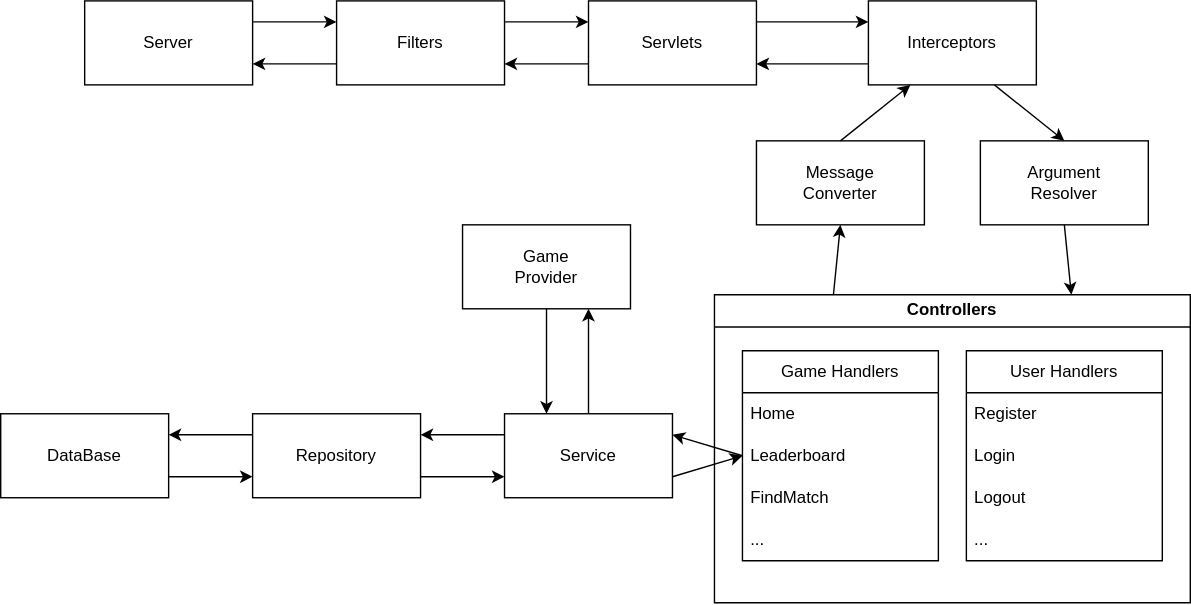
The draw.io diagram docs/SpringPath.drawio.svg in i-on-project/turn-games-fw, before a commit. Source tidied: cells renumbered, new cells last; positions are measured from the earlier drawing's top-left corner, leaving out a move shared by most shapes. Its diagram source:
```xml
<mxGraphModel>
  <root>
    <mxCell id="0" />
    <mxCell id="1" parent="0" />
    <mxCell id="2" value="Server" style="rounded=0;whiteSpace=wrap;html=1;" parent="1" vertex="1">
      <mxGeometry x="60" width="120" height="60" as="geometry" />
    </mxCell>
    <mxCell id="3" style="endArrow=classic;html=1;rounded=0;exitX=1;exitY=0.25;exitDx=0;exitDy=0;entryX=0;entryY=0.25;entryDx=0;entryDy=0;" parent="1" edge="1" source="2" target="4">
      <mxGeometry relative="1" as="geometry" />
    </mxCell>
    <mxCell id="4" value="Filters" style="rounded=0;whiteSpace=wrap;html=1;" parent="1" vertex="1">
      <mxGeometry x="240" width="120" height="60" as="geometry" />
    </mxCell>
    <mxCell id="5" value="Servlets" style="rounded=0;whiteSpace=wrap;html=1;" parent="1" vertex="1">
      <mxGeometry x="420" width="120" height="60" as="geometry" />
    </mxCell>
    <mxCell id="6" value="Interceptors" style="rounded=0;whiteSpace=wrap;html=1;" parent="1" vertex="1">
      <mxGeometry x="620" width="120" height="60" as="geometry" />
    </mxCell>
    <mxCell id="7" value="Argument&lt;br&gt;Resolver" style="rounded=0;whiteSpace=wrap;html=1;" parent="1" vertex="1">
      <mxGeometry x="700" y="100" width="120" height="60" as="geometry" />
    </mxCell>
    <mxCell id="8" value="Message&lt;br&gt;Converter" style="rounded=0;whiteSpace=wrap;html=1;" parent="1" vertex="1">
      <mxGeometry x="540" y="100" width="120" height="60" as="geometry" />
    </mxCell>
    <mxCell id="9" value="Controllers" style="swimlane;whiteSpace=wrap;html=1;" parent="1" vertex="1">
      <mxGeometry x="510" y="210" width="340" height="220" as="geometry" />
    </mxCell>
    <mxCell id="10" value="User Handlers" style="swimlane;fontStyle=0;horizontal=1;startSize=30;whiteSpace=wrap;html=1;" parent="9" vertex="1">
      <mxGeometry x="180" y="40" width="140" height="150" as="geometry" />
    </mxCell>
    <mxCell id="11" value="Register" style="text;strokeColor=none;fillColor=none;align=left;verticalAlign=middle;spacingLeft=4;spacingRight=4;overflow=hidden;whiteSpace=wrap;html=1;" parent="10" vertex="1">
      <mxGeometry y="30" width="140" height="30" as="geometry" />
    </mxCell>
    <mxCell id="12" value="Login" style="text;strokeColor=none;fillColor=none;align=left;verticalAlign=middle;spacingLeft=4;spacingRight=4;overflow=hidden;whiteSpace=wrap;html=1;" parent="10" vertex="1">
      <mxGeometry y="60" width="140" height="30" as="geometry" />
    </mxCell>
    <mxCell id="13" value="Logout" style="text;strokeColor=none;fillColor=none;align=left;verticalAlign=middle;spacingLeft=4;spacingRight=4;overflow=hidden;whiteSpace=wrap;html=1;" parent="10" vertex="1">
      <mxGeometry y="90" width="140" height="30" as="geometry" />
    </mxCell>
    <mxCell id="14" value="..." style="text;strokeColor=none;fillColor=none;align=left;verticalAlign=middle;spacingLeft=4;spacingRight=4;overflow=hidden;whiteSpace=wrap;html=1;" parent="10" vertex="1">
      <mxGeometry y="120" width="140" height="30" as="geometry" />
    </mxCell>
    <mxCell id="15" value="Game Handlers" style="swimlane;fontStyle=0;horizontal=1;startSize=30;whiteSpace=wrap;html=1;" parent="9" vertex="1">
      <mxGeometry x="20" y="40" width="140" height="150" as="geometry" />
    </mxCell>
    <mxCell id="16" value="Home" style="text;strokeColor=none;fillColor=none;align=left;verticalAlign=middle;spacingLeft=4;spacingRight=4;overflow=hidden;whiteSpace=wrap;html=1;" parent="15" vertex="1">
      <mxGeometry y="30" width="140" height="30" as="geometry" />
    </mxCell>
    <mxCell id="17" value="Leaderboard" style="text;strokeColor=none;fillColor=none;align=left;verticalAlign=middle;spacingLeft=4;spacingRight=4;overflow=hidden;points=[[0,0.5],[1,0.5]];portConstraint=eastwest;whiteSpace=wrap;html=1;" parent="15" vertex="1">
      <mxGeometry y="60" width="140" height="30" as="geometry" />
    </mxCell>
    <mxCell id="18" value="FindMatch" style="text;strokeColor=none;fillColor=none;align=left;verticalAlign=middle;spacingLeft=4;spacingRight=4;overflow=hidden;whiteSpace=wrap;html=1;" parent="15" vertex="1">
      <mxGeometry y="90" width="140" height="30" as="geometry" />
    </mxCell>
    <mxCell id="19" value="..." style="text;strokeColor=none;fillColor=none;align=left;verticalAlign=middle;spacingLeft=4;spacingRight=4;overflow=hidden;whiteSpace=wrap;html=1;" parent="15" vertex="1">
      <mxGeometry y="120" width="140" height="30" as="geometry" />
    </mxCell>
    <mxCell id="20" style="endArrow=classic;html=1;rounded=0;exitX=1;exitY=0.25;exitDx=0;exitDy=0;entryX=0;entryY=0.25;entryDx=0;entryDy=0;" parent="1" edge="1" source="4" target="5">
      <mxGeometry relative="1" as="geometry" />
    </mxCell>
    <mxCell id="21" style="endArrow=classic;html=1;rounded=0;entryX=1;entryY=0.75;entryDx=0;entryDy=0;exitX=0;exitY=0.75;exitDx=0;exitDy=0;" parent="1" edge="1" source="4" target="2">
      <mxGeometry relative="1" as="geometry" />
    </mxCell>
    <mxCell id="22" style="endArrow=classic;html=1;rounded=0;entryX=1;entryY=0.75;entryDx=0;entryDy=0;exitX=0;exitY=0.75;exitDx=0;exitDy=0;" parent="1" edge="1" source="5" target="4">
      <mxGeometry relative="1" as="geometry" />
    </mxCell>
    <mxCell id="23" style="endArrow=classic;html=1;rounded=0;exitX=1;exitY=0.25;exitDx=0;exitDy=0;entryX=0;entryY=0.25;entryDx=0;entryDy=0;" parent="1" edge="1" source="5" target="6">
      <mxGeometry relative="1" as="geometry" />
    </mxCell>
    <mxCell id="24" style="endArrow=classic;html=1;rounded=0;exitX=0;exitY=0.75;exitDx=0;exitDy=0;entryX=1;entryY=0.75;entryDx=0;entryDy=0;" parent="1" edge="1" source="6" target="5">
      <mxGeometry relative="1" as="geometry" />
    </mxCell>
    <mxCell id="25" style="endArrow=classic;html=1;rounded=0;exitX=0.75;exitY=1;exitDx=0;exitDy=0;entryX=0.5;entryY=0;entryDx=0;entryDy=0;" parent="1" edge="1" source="6" target="7">
      <mxGeometry relative="1" as="geometry" />
    </mxCell>
    <mxCell id="26" style="endArrow=classic;html=1;rounded=0;exitX=0.5;exitY=0;exitDx=0;exitDy=0;entryX=0.25;entryY=1;entryDx=0;entryDy=0;" parent="1" edge="1" source="8" target="6">
      <mxGeometry relative="1" as="geometry" />
    </mxCell>
    <mxCell id="27" style="endArrow=classic;html=1;rounded=0;exitX=0.25;exitY=0;exitDx=0;exitDy=0;entryX=0.5;entryY=1;entryDx=0;entryDy=0;" parent="1" edge="1" source="9" target="8">
      <mxGeometry relative="1" as="geometry" />
    </mxCell>
    <mxCell id="28" style="endArrow=classic;html=1;rounded=0;exitX=0.5;exitY=1;exitDx=0;exitDy=0;entryX=0.75;entryY=0;entryDx=0;entryDy=0;" parent="1" edge="1" source="7" target="9">
      <mxGeometry relative="1" as="geometry" />
    </mxCell>
    <mxCell id="29" style="endArrow=classic;html=1;rounded=0;exitX=0;exitY=0.5;exitDx=0;exitDy=0;entryX=1;entryY=0.25;entryDx=0;entryDy=0;" parent="1" edge="1" source="17" target="30">
      <mxGeometry relative="1" as="geometry" />
    </mxCell>
    <mxCell id="30" value="Service" style="rounded=0;whiteSpace=wrap;html=1;" parent="1" vertex="1">
      <mxGeometry x="360" y="295" width="120" height="60" as="geometry" />
    </mxCell>
    <mxCell id="31" value="Repository" style="rounded=0;whiteSpace=wrap;html=1;" parent="1" vertex="1">
      <mxGeometry x="180" y="295" width="120" height="60" as="geometry" />
    </mxCell>
    <mxCell id="32" value="DataBase" style="rounded=0;whiteSpace=wrap;html=1;" parent="1" vertex="1">
      <mxGeometry y="295" width="120" height="60" as="geometry" />
    </mxCell>
    <mxCell id="33" style="endArrow=classic;html=1;rounded=0;exitX=1;exitY=0.75;exitDx=0;exitDy=0;entryX=0;entryY=0.5;entryDx=0;entryDy=0;" parent="1" edge="1" source="30" target="17">
      <mxGeometry relative="1" as="geometry" />
    </mxCell>
    <mxCell id="34" style="endArrow=classic;html=1;rounded=0;exitX=0;exitY=0.25;exitDx=0;exitDy=0;entryX=1;entryY=0.25;entryDx=0;entryDy=0;" parent="1" edge="1" source="30" target="31">
      <mxGeometry relative="1" as="geometry" />
    </mxCell>
    <mxCell id="35" style="endArrow=classic;html=1;rounded=0;exitX=0;exitY=0.25;exitDx=0;exitDy=0;entryX=1;entryY=0.25;entryDx=0;entryDy=0;" parent="1" edge="1" source="31" target="32">
      <mxGeometry relative="1" as="geometry" />
    </mxCell>
    <mxCell id="36" style="endArrow=classic;html=1;rounded=0;exitX=1;exitY=0.75;exitDx=0;exitDy=0;entryX=0;entryY=0.75;entryDx=0;entryDy=0;" parent="1" edge="1" source="32" target="31">
      <mxGeometry relative="1" as="geometry" />
    </mxCell>
    <mxCell id="37" style="endArrow=classic;html=1;rounded=0;exitX=1;exitY=0.75;exitDx=0;exitDy=0;entryX=0;entryY=0.75;entryDx=0;entryDy=0;" parent="1" edge="1" source="31" target="30">
      <mxGeometry relative="1" as="geometry" />
    </mxCell>
    <mxCell id="38" style="endArrow=classic;html=1;rounded=0;exitX=0.5;exitY=0;exitDx=0;exitDy=0;entryX=0.75;entryY=1;entryDx=0;entryDy=0;" parent="1" edge="1" source="30" target="39">
      <mxGeometry relative="1" as="geometry" />
    </mxCell>
    <mxCell id="39" value="Game&lt;br&gt;Provider" style="rounded=0;whiteSpace=wrap;html=1;" parent="1" vertex="1">
      <mxGeometry x="330" y="160" width="120" height="60" as="geometry" />
    </mxCell>
    <mxCell id="40" style="endArrow=classic;html=1;rounded=0;exitX=0.5;exitY=1;exitDx=0;exitDy=0;entryX=0.25;entryY=0;entryDx=0;entryDy=0;" parent="1" edge="1" source="39" target="30">
      <mxGeometry relative="1" as="geometry" />
    </mxCell>
  </root>
</mxGraphModel>
```
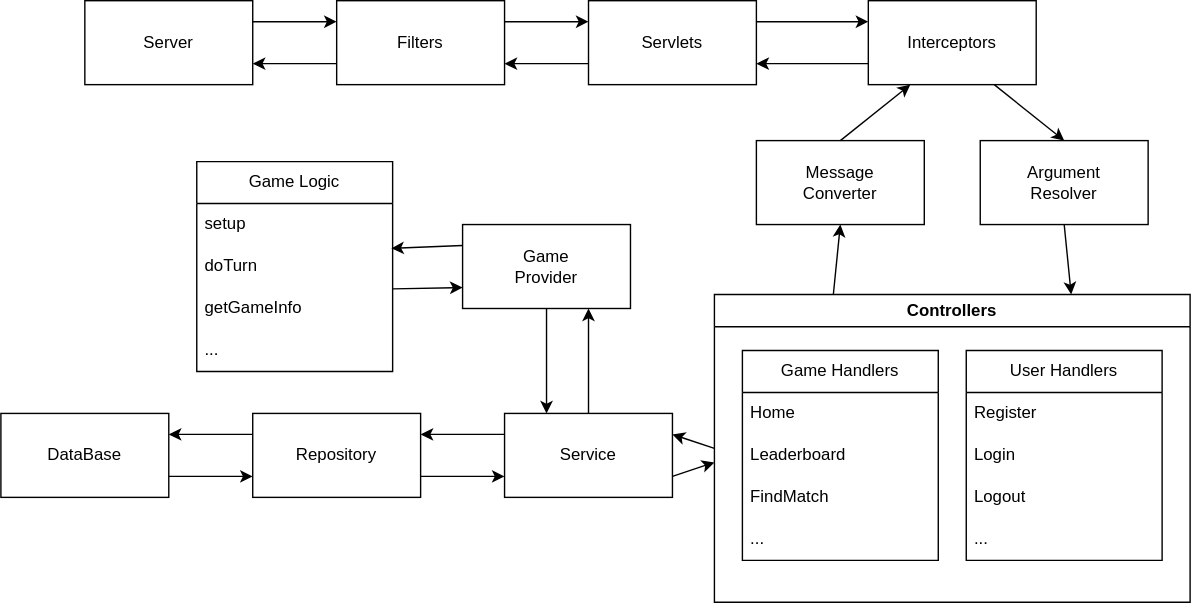
The same file after the commit.

What changed in the source:
```diff
@@ -83,8 +83,10 @@
     <mxCell id="28" style="endArrow=classic;html=1;rounded=0;exitX=0.5;exitY=1;exitDx=0;exitDy=0;entryX=0.75;entryY=0;entryDx=0;entryDy=0;" parent="1" edge="1" source="7" target="9">
       <mxGeometry relative="1" as="geometry" />
     </mxCell>
-    <mxCell id="29" style="endArrow=classic;html=1;rounded=0;exitX=0;exitY=0.5;exitDx=0;exitDy=0;entryX=1;entryY=0.25;entryDx=0;entryDy=0;" parent="1" edge="1" source="17" target="30">
-      <mxGeometry relative="1" as="geometry" />
+    <mxCell id="29" style="endArrow=classic;html=1;rounded=0;entryX=1;entryY=0.25;entryDx=0;entryDy=0;" parent="1" edge="1" target="30">
+      <mxGeometry relative="1" as="geometry">
+        <mxPoint x="510" y="320" as="sourcePoint" />
+      </mxGeometry>
     </mxCell>
     <mxCell id="30" value="Service" style="rounded=0;whiteSpace=wrap;html=1;" parent="1" vertex="1">
       <mxGeometry x="360" y="295" width="120" height="60" as="geometry" />
@@ -95,8 +97,10 @@
     <mxCell id="32" value="DataBase" style="rounded=0;whiteSpace=wrap;html=1;" parent="1" vertex="1">
       <mxGeometry y="295" width="120" height="60" as="geometry" />
     </mxCell>
-    <mxCell id="33" style="endArrow=classic;html=1;rounded=0;exitX=1;exitY=0.75;exitDx=0;exitDy=0;entryX=0;entryY=0.5;entryDx=0;entryDy=0;" parent="1" edge="1" source="30" target="17">
-      <mxGeometry relative="1" as="geometry" />
+    <mxCell id="33" style="endArrow=classic;html=1;rounded=0;exitX=1;exitY=0.75;exitDx=0;exitDy=0;" parent="1" edge="1" source="30">
+      <mxGeometry relative="1" as="geometry">
+        <mxPoint x="510" y="330" as="targetPoint" />
+      </mxGeometry>
     </mxCell>
     <mxCell id="34" style="endArrow=classic;html=1;rounded=0;exitX=0;exitY=0.25;exitDx=0;exitDy=0;entryX=1;entryY=0.25;entryDx=0;entryDy=0;" parent="1" edge="1" source="30" target="31">
       <mxGeometry relative="1" as="geometry" />
@@ -119,5 +123,26 @@
     <mxCell id="40" style="endArrow=classic;html=1;rounded=0;exitX=0.5;exitY=1;exitDx=0;exitDy=0;entryX=0.25;entryY=0;entryDx=0;entryDy=0;" parent="1" edge="1" source="39" target="30">
       <mxGeometry relative="1" as="geometry" />
     </mxCell>
+    <mxCell id="41" style="endArrow=classic;html=1;rounded=0;exitX=0;exitY=0.25;exitDx=0;exitDy=0;entryX=0.993;entryY=0.067;entryDx=0;entryDy=0;entryPerimeter=0;" parent="1" edge="1" source="39" target="45">
+      <mxGeometry relative="1" as="geometry" />
+    </mxCell>
+    <mxCell id="42" style="endArrow=classic;html=1;rounded=0;exitX=1;exitY=0.033;exitDx=0;exitDy=0;entryX=0;entryY=0.75;entryDx=0;entryDy=0;exitPerimeter=0;" parent="1" edge="1" source="46" target="39">
+      <mxGeometry relative="1" as="geometry" />
+    </mxCell>
+    <mxCell id="43" value="Game Logic" style="swimlane;fontStyle=0;horizontal=1;startSize=30;whiteSpace=wrap;html=1;" parent="1" vertex="1">
+      <mxGeometry x="140" y="115" width="140" height="150" as="geometry" />
+    </mxCell>
+    <mxCell id="44" value="setup" style="text;strokeColor=none;fillColor=none;align=left;verticalAlign=middle;spacingLeft=4;spacingRight=4;overflow=hidden;whiteSpace=wrap;html=1;" parent="43" vertex="1">
+      <mxGeometry y="30" width="140" height="30" as="geometry" />
+    </mxCell>
+    <mxCell id="45" value="doTurn" style="text;strokeColor=none;fillColor=none;align=left;verticalAlign=middle;spacingLeft=4;spacingRight=4;overflow=hidden;points=[[0,0.5],[1,0.5]];portConstraint=eastwest;whiteSpace=wrap;html=1;" parent="43" vertex="1">
+      <mxGeometry y="60" width="140" height="30" as="geometry" />
+    </mxCell>
+    <mxCell id="46" value="getGameInfo" style="text;strokeColor=none;fillColor=none;align=left;verticalAlign=middle;spacingLeft=4;spacingRight=4;overflow=hidden;points=[[0,0.5],[1,0.5]];portConstraint=eastwest;whiteSpace=wrap;html=1;" parent="43" vertex="1">
+      <mxGeometry y="90" width="140" height="30" as="geometry" />
+    </mxCell>
+    <mxCell id="47" value="..." style="text;strokeColor=none;fillColor=none;align=left;verticalAlign=middle;spacingLeft=4;spacingRight=4;overflow=hidden;whiteSpace=wrap;html=1;" parent="43" vertex="1">
+      <mxGeometry y="120" width="140" height="30" as="geometry" />
+    </mxCell>
   </root>
 </mxGraphModel>
```
